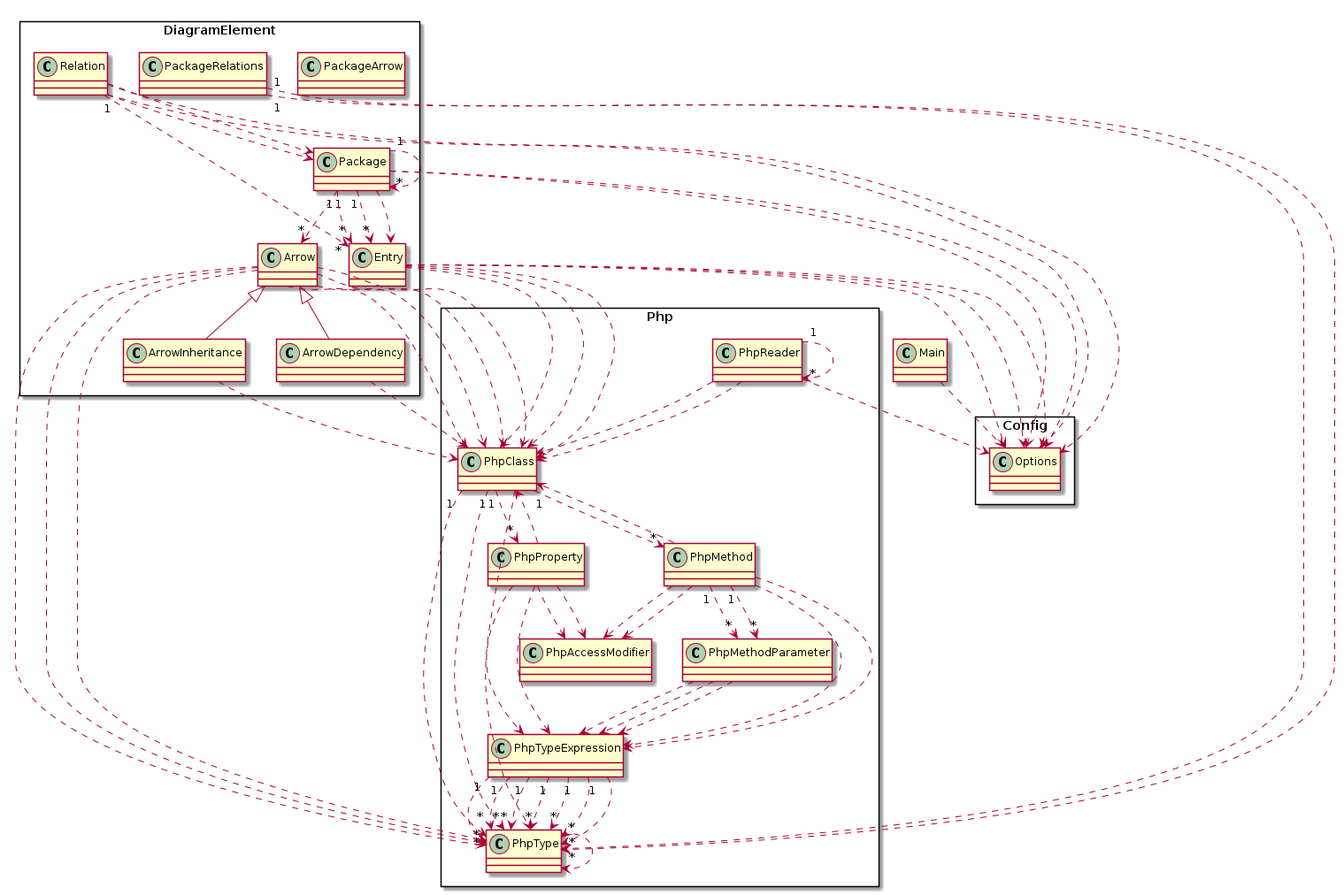
The PlantUML diagram dogfood-model.png in smeghead/php-class-diagram, before a commit.
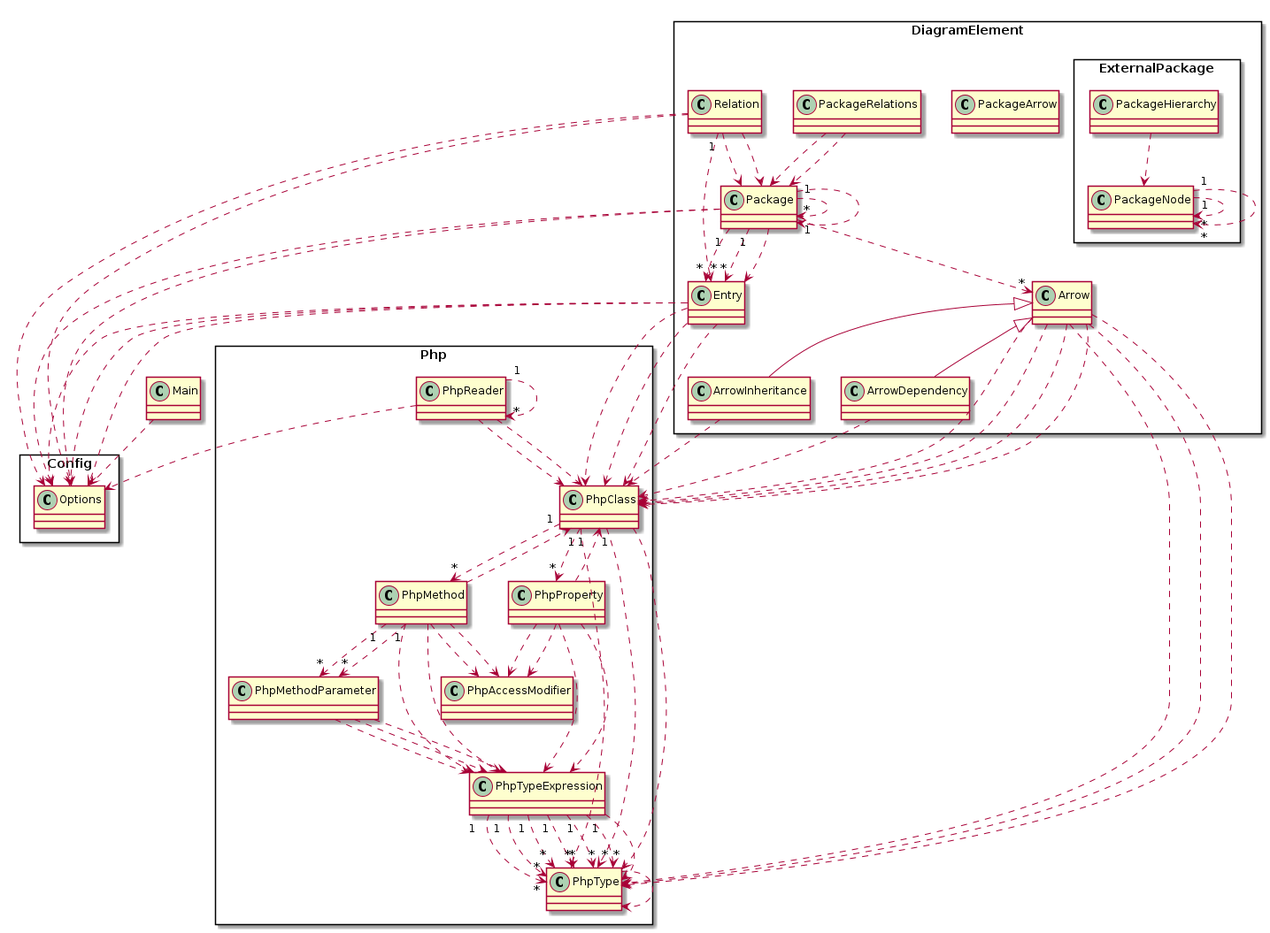
Later version of the same file.

Change to the diagram source:
```diff
@@ -22,6 +22,10 @@
     class DiagramElement.Package
     class DiagramElement.Relation
     class DiagramElement.ArrowDependency
+    package ExternalPackage as DiagramElement.ExternalPackage <<Rectangle>> {
+      class DiagramElement.ExternalPackage.PackageHierarchy
+      class DiagramElement.ExternalPackage.PackageNode
+    }
   }
   DiagramElement.Arrow ..> Php.PhpClass
   DiagramElement.Arrow ..> Php.PhpClass
@@ -40,6 +44,9 @@
   DiagramElement.Entry ..> Php.PhpClass
   DiagramElement.Entry ..> Php.PhpClass
   DiagramElement.Entry ..> Php.PhpClass
+  DiagramElement.ExternalPackage.PackageHierarchy ..> DiagramElement.ExternalPackage.PackageNode
+  DiagramElement.ExternalPackage.PackageNode "1" ..> "*" DiagramElement.ExternalPackage.PackageNode
+  DiagramElement.ExternalPackage.PackageNode "1" ..> "*" DiagramElement.ExternalPackage.PackageNode
   DiagramElement.Package "1" ..> "*" DiagramElement.Arrow
   DiagramElement.Package "1" ..> "*" DiagramElement.Entry
   DiagramElement.Package "1" ..> "*" DiagramElement.Entry
@@ -47,8 +54,9 @@
   DiagramElement.Package ..> Config.Options
   DiagramElement.Package ..> Config.Options
   DiagramElement.Package ..> DiagramElement.Entry
-  DiagramElement.PackageRelations "1" ..> "*" Php.PhpType
-  DiagramElement.PackageRelations "1" ..> "*" Php.PhpType
+  DiagramElement.Package ..> DiagramElement.Package
+  DiagramElement.PackageRelations ..> DiagramElement.Package
+  DiagramElement.PackageRelations ..> DiagramElement.Package
   DiagramElement.Relation "1" ..> "*" DiagramElement.Entry
   DiagramElement.Relation ..> Config.Options
   DiagramElement.Relation ..> Config.Options
```
